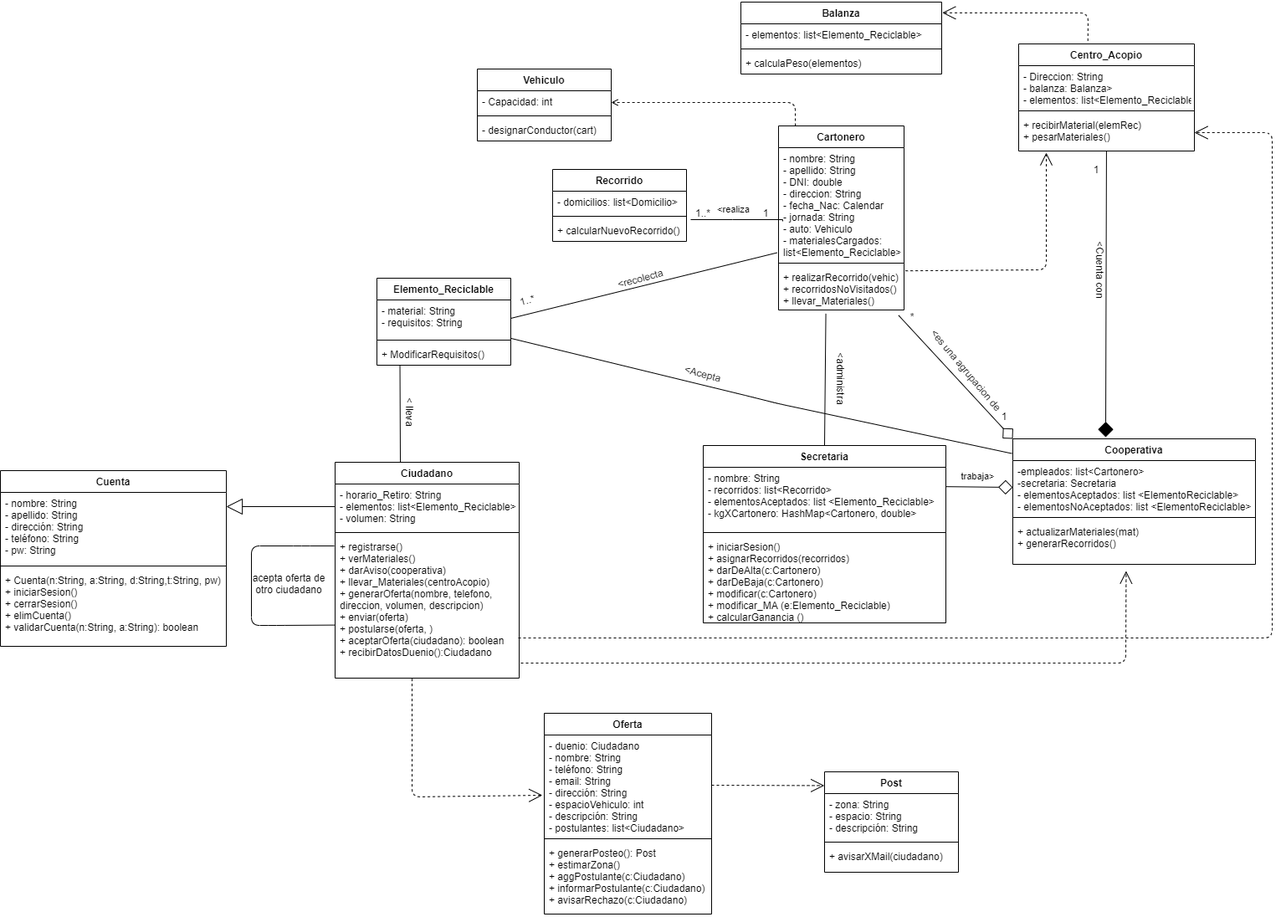
This is DiagramaDeClases.png from feliarroyo/TPE-Metodologias, a draw.io export, as it was before one commit. Source tidied: cells renumbered, new cells last; positions are measured from the earlier drawing's top-left corner, leaving out a move shared by most shapes.
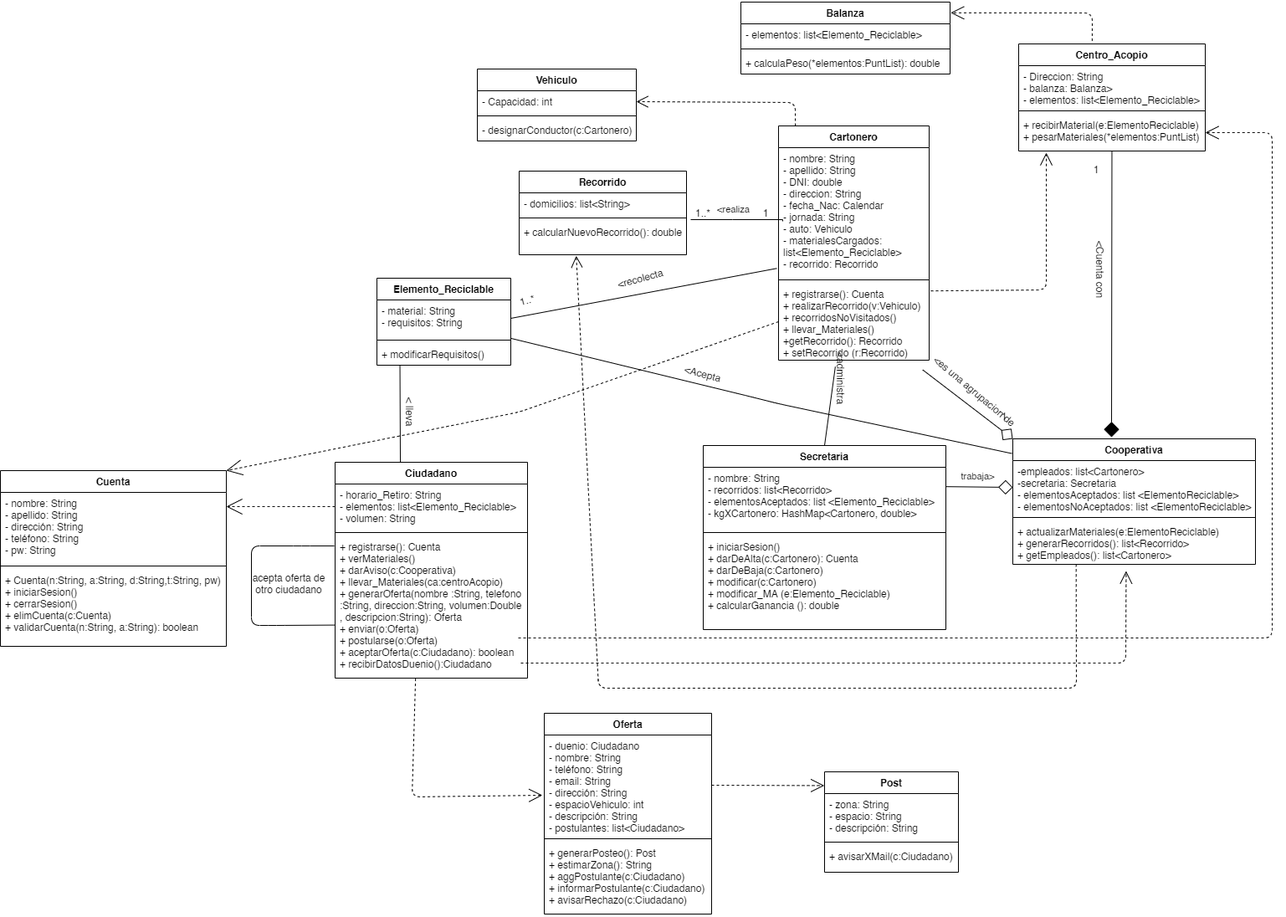
After the change.

What changed in the source:
```diff
@@ -12,6 +12,5 @@
     </mxCell>
-    <mxCell id="4" style="endArrow=open;html=1;entryX=1;entryY=0.5;entryDx=0;entryDy=0;endFill=0;dashed=1;" parent="1" edge="1">
+    <mxCell id="4" style="endArrow=open;html=1;entryX=1;entryY=0.5;entryDx=0;entryDy=0;endFill=0;dashed=1;startSize=10;endSize=12;" parent="1" edge="1" target="22">
       <mxGeometry relative="1" as="geometry">
         <mxPoint x="950" y="148" as="sourcePoint" />
-        <mxPoint x="730" y="120" as="targetPoint" />
         <Array as="points">
@@ -22,24 +21,24 @@
     <mxCell id="5" value="Recorrido" style="swimlane;fontStyle=1;align=center;verticalAlign=top;horizontal=1;startSize=26;" parent="1" vertex="1">
-      <mxGeometry x="660" y="200" width="160" height="86" as="geometry" />
+      <mxGeometry x="620" y="202" width="200" height="100" as="geometry" />
     </mxCell>
-    <mxCell id="6" value="- domicilios: list&lt;Domicilio&gt;" style="text;strokeColor=none;fillColor=none;align=left;verticalAlign=top;spacingLeft=4;spacingRight=4;overflow=hidden;" parent="5" vertex="1">
-      <mxGeometry y="26" width="160" height="26" as="geometry" />
+    <mxCell id="6" value="- domicilios: list&lt;String&gt;" style="text;strokeColor=none;fillColor=none;align=left;verticalAlign=top;spacingLeft=4;spacingRight=4;overflow=hidden;" parent="5" vertex="1">
+      <mxGeometry y="26" width="200" height="26" as="geometry" />
     </mxCell>
     <mxCell id="7" style="line;strokeWidth=1;fillColor=none;align=left;verticalAlign=middle;spacingTop=-1;spacingLeft=3;spacingRight=3;labelPosition=right;" parent="5" vertex="1">
-      <mxGeometry y="52" width="160" height="8" as="geometry" />
+      <mxGeometry y="52" width="200" height="8" as="geometry" />
     </mxCell>
-    <mxCell id="8" value="+ calcularNuevoRecorrido()" style="text;strokeColor=none;fillColor=none;align=left;verticalAlign=top;spacingLeft=4;spacingRight=4;overflow=hidden;points=[[0,0.5],[1,0.5]];portConstraint=eastwest;" parent="5" vertex="1">
-      <mxGeometry y="60" width="160" height="26" as="geometry" />
+    <mxCell id="8" value="+ calcularNuevoRecorrido(): double" style="text;strokeColor=none;fillColor=none;align=left;verticalAlign=top;spacingLeft=4;spacingRight=4;overflow=hidden;points=[[0,0.5],[1,0.5]];portConstraint=eastwest;" parent="5" vertex="1">
+      <mxGeometry y="60" width="200" height="40" as="geometry" />
     </mxCell>
     <mxCell id="9" value="Cartonero" style="swimlane;fontStyle=1;align=center;verticalAlign=top;horizontal=1;startSize=26;" parent="1" vertex="1">
-      <mxGeometry x="930" y="148" width="150" height="220" as="geometry" />
+      <mxGeometry x="930" y="148" width="180" height="280" as="geometry" />
     </mxCell>
-    <mxCell id="10" value="- nombre: String&#10;- apellido: String&#10;- DNI: double&#10;- direccion: String&#10;- fecha_Nac: Calendar&#10;- jornada: String&#10;- auto: Vehiculo&#10;- materialesCargados: &#10;list&lt;Elemento_Reciclable&gt;" style="text;strokeColor=none;fillColor=none;align=left;verticalAlign=top;spacingLeft=4;spacingRight=4;overflow=hidden;points=[[0,0.5],[1,0.5]];portConstraint=eastwest;" parent="9" vertex="1">
-      <mxGeometry y="26" width="150" height="134" as="geometry" />
+    <mxCell id="10" value="- nombre: String&#10;- apellido: String&#10;- DNI: double&#10;- direccion: String&#10;- fecha_Nac: Calendar&#10;- jornada: String&#10;- auto: Vehiculo&#10;- materialesCargados: &#10;list&lt;Elemento_Reciclable&gt;&#10;- recorrido: Recorrido" style="text;strokeColor=none;fillColor=none;align=left;verticalAlign=top;spacingLeft=4;spacingRight=4;overflow=hidden;points=[[0,0.5],[1,0.5]];portConstraint=eastwest;" parent="9" vertex="1">
+      <mxGeometry y="26" width="180" height="154" as="geometry" />
     </mxCell>
     <mxCell id="11" style="line;strokeWidth=1;fillColor=none;align=left;verticalAlign=middle;spacingTop=-1;spacingLeft=3;spacingRight=3;labelPosition=right;" parent="9" vertex="1">
-      <mxGeometry y="160" width="150" height="8" as="geometry" />
+      <mxGeometry y="180" width="180" height="8" as="geometry" />
     </mxCell>
-    <mxCell id="12" value="+ realizarRecorrido(vehic)&#10;+ recorridosNoVisitados()&#10;+ llevar_Materiales()" style="text;strokeColor=none;fillColor=none;align=left;verticalAlign=top;spacingLeft=4;spacingRight=4;overflow=hidden;points=[[0,0.5],[1,0.5]];portConstraint=eastwest;" parent="9" vertex="1">
-      <mxGeometry y="168" width="150" height="52" as="geometry" />
+    <mxCell id="12" value="+ registrarse(): Cuenta&#10;+ realizarRecorrido(v:Vehiculo)&#10;+ recorridosNoVisitados()&#10;+ llevar_Materiales()&#10;+getRecorrido(): Recorrido&#10;+ setRecorrido (r:Recorrido)" style="text;strokeColor=none;fillColor=none;align=left;verticalAlign=top;spacingLeft=4;spacingRight=4;overflow=hidden;points=[[0,0.5],[1,0.5]];portConstraint=eastwest;" parent="9" vertex="1">
+      <mxGeometry y="188" width="180" height="92" as="geometry" />
     </mxCell>
@@ -54,3 +53,3 @@
     </mxCell>
-    <mxCell id="16" value="+ ModificarRequisitos()" style="text;strokeColor=none;fillColor=none;align=left;verticalAlign=top;spacingLeft=4;spacingRight=4;overflow=hidden;points=[[0,0.5],[1,0.5]];portConstraint=eastwest;" parent="13" vertex="1">
+    <mxCell id="16" value="+ modificarRequisitos()" style="text;strokeColor=none;fillColor=none;align=left;verticalAlign=top;spacingLeft=4;spacingRight=4;overflow=hidden;points=[[0,0.5],[1,0.5]];portConstraint=eastwest;" parent="13" vertex="1">
       <mxGeometry y="78" width="160" height="26" as="geometry" />
@@ -58,24 +57,24 @@
     <mxCell id="17" value="Balanza" style="swimlane;fontStyle=1;align=center;verticalAlign=top;horizontal=1;startSize=26;" parent="1" vertex="1">
-      <mxGeometry x="885" width="240" height="86" as="geometry" />
+      <mxGeometry x="885" width="250" height="86" as="geometry" />
     </mxCell>
     <mxCell id="18" value="- elementos: list&lt;Elemento_Reciclable&gt;" style="text;strokeColor=none;fillColor=none;align=left;verticalAlign=top;spacingLeft=4;spacingRight=4;overflow=hidden;" parent="17" vertex="1">
-      <mxGeometry y="26" width="240" height="26" as="geometry" />
+      <mxGeometry y="26" width="250" height="26" as="geometry" />
     </mxCell>
     <mxCell id="19" style="line;strokeWidth=1;fillColor=none;align=left;verticalAlign=middle;spacingTop=-1;spacingLeft=3;spacingRight=3;labelPosition=right;" parent="17" vertex="1">
-      <mxGeometry y="52" width="240" height="8" as="geometry" />
+      <mxGeometry y="52" width="250" height="8" as="geometry" />
     </mxCell>
-    <mxCell id="20" value="+ calculaPeso(elementos)&#10;" style="text;strokeColor=none;fillColor=none;align=left;verticalAlign=top;spacingLeft=4;spacingRight=4;overflow=hidden;" parent="17" vertex="1">
-      <mxGeometry y="60" width="240" height="26" as="geometry" />
+    <mxCell id="20" value="+ calculaPeso(*elementos:PuntList): double&#10;" style="text;strokeColor=none;fillColor=none;align=left;verticalAlign=top;spacingLeft=4;spacingRight=4;overflow=hidden;" parent="17" vertex="1">
+      <mxGeometry y="60" width="250" height="26" as="geometry" />
     </mxCell>
     <mxCell id="21" value="Vehiculo" style="swimlane;fontStyle=1;align=center;verticalAlign=top;horizontal=1;startSize=26;" parent="1" vertex="1">
-      <mxGeometry x="570" y="80" width="160" height="86" as="geometry" />
+      <mxGeometry x="570" y="80" width="190" height="86" as="geometry" />
     </mxCell>
     <mxCell id="22" value="- Capacidad: int" style="text;strokeColor=none;fillColor=none;align=left;verticalAlign=top;spacingLeft=4;spacingRight=4;overflow=hidden;points=[[0,0.5],[1,0.5]];portConstraint=eastwest;" parent="21" vertex="1">
-      <mxGeometry y="26" width="160" height="26" as="geometry" />
+      <mxGeometry y="26" width="190" height="26" as="geometry" />
     </mxCell>
     <mxCell id="23" style="line;strokeWidth=1;fillColor=none;align=left;verticalAlign=middle;spacingTop=-1;spacingLeft=3;spacingRight=3;labelPosition=right;" parent="21" vertex="1">
-      <mxGeometry y="52" width="160" height="8" as="geometry" />
+      <mxGeometry y="52" width="190" height="8" as="geometry" />
     </mxCell>
-    <mxCell id="24" value="- designarConductor(cart)" style="text;strokeColor=none;fillColor=none;align=left;verticalAlign=top;spacingLeft=4;spacingRight=4;overflow=hidden;" parent="21" vertex="1">
-      <mxGeometry y="60" width="160" height="26" as="geometry" />
+    <mxCell id="24" value="- designarConductor(c:Cartonero)" style="text;strokeColor=none;fillColor=none;align=left;verticalAlign=top;spacingLeft=4;spacingRight=4;overflow=hidden;" parent="21" vertex="1">
+      <mxGeometry y="60" width="190" height="26" as="geometry" />
     </mxCell>
@@ -90,3 +89,3 @@
     </mxCell>
-    <mxCell id="28" value="+ generarPosteo(): Post&#10;+ estimarZona()&#10;+ aggPostulante(c:Ciudadano)&#10;+ informarPostulante(c:Ciudadano)&#10;+ avisarRechazo(c:Ciudadano)" style="text;strokeColor=none;fillColor=none;align=left;verticalAlign=top;spacingLeft=4;spacingRight=4;overflow=hidden;" parent="25" vertex="1">
+    <mxCell id="28" value="+ generarPosteo(): Post&#10;+ estimarZona(): String&#10;+ aggPostulante(c:Ciudadano)&#10;+ informarPostulante(c:Ciudadano)&#10;+ avisarRechazo(c:Ciudadano)" style="text;strokeColor=none;fillColor=none;align=left;verticalAlign=top;spacingLeft=4;spacingRight=4;overflow=hidden;" parent="25" vertex="1">
       <mxGeometry y="154" width="200" height="86" as="geometry" />
@@ -94,12 +93,12 @@
     <mxCell id="29" value="Centro_Acopio" style="swimlane;fontStyle=1;align=center;verticalAlign=top;horizontal=1;startSize=26;" parent="1" vertex="1">
-      <mxGeometry x="1217" y="50" width="210" height="128" as="geometry" />
+      <mxGeometry x="1217" y="50" width="223" height="128" as="geometry" />
     </mxCell>
     <mxCell id="30" value="- Direccion: String&#10;- balanza: Balanza&gt;&#10;- elementos: list&lt;Elemento_Reciclable&gt;" style="text;strokeColor=none;fillColor=none;align=left;verticalAlign=top;spacingLeft=4;spacingRight=4;overflow=hidden;" parent="29" vertex="1">
-      <mxGeometry y="26" width="210" height="50" as="geometry" />
+      <mxGeometry y="26" width="223" height="50" as="geometry" />
     </mxCell>
     <mxCell id="31" style="line;strokeWidth=1;fillColor=none;align=left;verticalAlign=middle;spacingTop=-1;spacingLeft=3;spacingRight=3;labelPosition=right;" parent="29" vertex="1">
-      <mxGeometry y="76" width="210" height="8" as="geometry" />
+      <mxGeometry y="76" width="223" height="8" as="geometry" />
     </mxCell>
-    <mxCell id="32" value="+ recibirMaterial(elemRec)&#10;+ pesarMateriales()" style="text;strokeColor=none;fillColor=none;align=left;verticalAlign=top;spacingLeft=4;spacingRight=4;overflow=hidden;points=[[0,0.5],[1,0.5]];portConstraint=eastwest;" parent="29" vertex="1">
-      <mxGeometry y="84" width="210" height="44" as="geometry" />
+    <mxCell id="32" value="+ recibirMaterial(e:ElementoReciclable)&#10;+ pesarMateriales(*elementos:PuntList)" style="text;strokeColor=none;fillColor=none;align=left;verticalAlign=top;spacingLeft=4;spacingRight=4;overflow=hidden;points=[[0,0.5],[1,0.5]];portConstraint=eastwest;" parent="29" vertex="1">
+      <mxGeometry y="84" width="223" height="44" as="geometry" />
     </mxCell>
@@ -114,3 +113,3 @@
     </mxCell>
-    <mxCell id="36" value="+ actualizarMateriales(mat)&#10;+ generarRecorridos()" style="text;strokeColor=none;fillColor=none;align=left;verticalAlign=top;spacingLeft=4;spacingRight=4;overflow=hidden;points=[[0,0.5],[1,0.5]];portConstraint=eastwest;" parent="33" vertex="1">
+    <mxCell id="36" value="+ actualizarMateriales(e:ElementoReciclable)&#10;+ generarRecorridos(): list&lt;Recorrido&gt;&#10;+ getEmpleados(): list&lt;Cartonero&gt;" style="text;strokeColor=none;fillColor=none;align=left;verticalAlign=top;spacingLeft=4;spacingRight=4;overflow=hidden;points=[[0,0.5],[1,0.5]];portConstraint=eastwest;" parent="33" vertex="1">
       <mxGeometry y="98" width="290" height="52" as="geometry" />
@@ -118,3 +117,3 @@
     <mxCell id="37" value="Secretaria" style="swimlane;fontStyle=1;align=center;verticalAlign=top;horizontal=1;startSize=26;" parent="1" vertex="1">
-      <mxGeometry x="840" y="530" width="290" height="212" as="geometry" />
+      <mxGeometry x="840" y="530" width="290" height="220" as="geometry" />
     </mxCell>
@@ -126,16 +125,16 @@
     </mxCell>
-    <mxCell id="40" value="+ iniciarSesion()&#10;+ asignarRecorridos(recorridos)&#10;+ darDeAlta(c:Cartonero)&#10;+ darDeBaja(c:Cartonero)&#10;+ modificar(c:Cartonero)&#10;+ modificar_MA (e:Elemento_Reciclable)&#10;+ calcularGanancia ()" style="text;strokeColor=none;fillColor=none;align=left;verticalAlign=top;spacingLeft=4;spacingRight=4;overflow=hidden;" parent="37" vertex="1">
-      <mxGeometry y="108" width="290" height="104" as="geometry" />
+    <mxCell id="40" value="+ iniciarSesion()&#10;+ darDeAlta(c:Cartonero): Cuenta&#10;+ darDeBaja(c:Cartonero)&#10;+ modificar(c:Cartonero)&#10;+ modificar_MA (e:Elemento_Reciclable)&#10;+ calcularGanancia (): double" style="text;strokeColor=none;fillColor=none;align=left;verticalAlign=top;spacingLeft=4;spacingRight=4;overflow=hidden;" parent="37" vertex="1">
+      <mxGeometry y="108" width="290" height="112" as="geometry" />
     </mxCell>
     <mxCell id="41" value="Ciudadano" style="swimlane;fontStyle=1;align=center;verticalAlign=top;horizontal=1;startSize=26;" parent="1" vertex="1">
-      <mxGeometry x="400" y="550" width="220" height="258" as="geometry" />
+      <mxGeometry x="400" y="550" width="230" height="258" as="geometry" />
     </mxCell>
     <mxCell id="42" value="- horario_Retiro: String&#10;- elementos: list&lt;Elemento_Reciclable&gt;&#10;- volumen: String" style="text;strokeColor=none;fillColor=none;align=left;verticalAlign=top;spacingLeft=4;spacingRight=4;overflow=hidden;points=[[0,0.5],[1,0.5]];portConstraint=eastwest;" parent="41" vertex="1">
-      <mxGeometry y="26" width="220" height="54" as="geometry" />
+      <mxGeometry y="26" width="230" height="54" as="geometry" />
     </mxCell>
     <mxCell id="43" style="line;strokeWidth=1;fillColor=none;align=left;verticalAlign=middle;spacingTop=-1;spacingLeft=3;spacingRight=3;labelPosition=right;" parent="41" vertex="1">
-      <mxGeometry y="80" width="220" height="8" as="geometry" />
+      <mxGeometry y="80" width="230" height="8" as="geometry" />
     </mxCell>
-    <mxCell id="44" value="+ registrarse()&#10;+ verMateriales()&#10;+ darAviso(cooperativa)&#10;+ llevar_Materiales(centroAcopio)&#10;+ generarOferta(nombre, telefono,&#10;direccion, volumen, descripcion)&#10;+ enviar(oferta)&#10;+ postularse(oferta, )&#10;+ aceptarOferta(ciudadano): boolean&#10;+ recibirDatosDuenio():Ciudadano" style="text;strokeColor=none;fillColor=none;align=left;verticalAlign=top;spacingLeft=4;spacingRight=4;overflow=hidden;points=[[0,0.5],[1,0.5]];portConstraint=eastwest;" parent="41" vertex="1">
-      <mxGeometry y="88" width="220" height="170" as="geometry" />
+    <mxCell id="44" value="+ registrarse(): Cuenta&#10;+ verMateriales()&#10;+ darAviso(c:Cooperativa)&#10;+ llevar_Materiales(ca:centroAcopio)&#10;+ generarOferta(nombre :String, telefono&#10;:String, direccion:String, volumen:Double&#10;, descripcion:String): Oferta&#10;+ enviar(o:Oferta)&#10;+ postularse(o:Oferta)&#10;+ aceptarOferta(c:Ciudadano): boolean&#10;+ recibirDatosDuenio():Ciudadano" style="text;strokeColor=none;fillColor=none;align=left;verticalAlign=top;spacingLeft=4;spacingRight=4;overflow=hidden;points=[[0,0.5],[1,0.5]];portConstraint=eastwest;" parent="41" vertex="1">
+      <mxGeometry y="88" width="230" height="170" as="geometry" />
     </mxCell>
@@ -176,3 +175,3 @@
     </mxCell>
-    <mxCell id="51" value="+ avisarXMail(ciudadano)" style="text;strokeColor=none;fillColor=none;align=left;verticalAlign=top;spacingLeft=4;spacingRight=4;overflow=hidden;" parent="48" vertex="1">
+    <mxCell id="51" value="+ avisarXMail(c:Ciudadano)" style="text;strokeColor=none;fillColor=none;align=left;verticalAlign=top;spacingLeft=4;spacingRight=4;overflow=hidden;" parent="48" vertex="1">
       <mxGeometry y="88" width="160" height="32" as="geometry" />
@@ -188,8 +187,5 @@
     </mxCell>
-    <mxCell id="55" value="&amp;lt;es una agrupacion de" style="text;html=1;strokeColor=none;fillColor=none;align=center;verticalAlign=middle;whiteSpace=wrap;rounded=0;rotation=50;" parent="1" vertex="1">
-      <mxGeometry x="1080" y="420" width="150" height="40" as="geometry" />
+    <mxCell id="55" value="&amp;lt;es una agrupacion de" style="text;html=1;strokeColor=none;fillColor=none;align=center;verticalAlign=middle;whiteSpace=wrap;rounded=0;rotation=40;" parent="1" vertex="1">
+      <mxGeometry x="1090" y="445" width="150" height="40" as="geometry" />
     </mxCell>
-    <mxCell id="56" value="*" style="text;html=1;strokeColor=none;fillColor=none;align=center;verticalAlign=middle;whiteSpace=wrap;rounded=0;" parent="1" vertex="1">
-      <mxGeometry x="1070" y="366" width="40" height="20" as="geometry" />
-    </mxCell>
     <mxCell id="57" value="1" style="text;html=1;strokeColor=none;fillColor=none;align=center;verticalAlign=middle;whiteSpace=wrap;rounded=0;" parent="1" vertex="1">
@@ -199,3 +195,3 @@
       <mxGeometry relative="1" as="geometry">
-        <mxPoint x="1321" y="520" as="sourcePoint" />
+        <mxPoint x="1328" y="520" as="sourcePoint" />
       </mxGeometry>
@@ -237,3 +233,3 @@
         <Array as="points">
-          <mxPoint x="1300" y="13" />
+          <mxPoint x="1305" y="13" />
         </Array>
@@ -262,3 +258,3 @@
         <Array as="points">
-          <mxPoint x="1250" y="320" />
+          <mxPoint x="1250" y="344" />
         </Array>
@@ -297,6 +293,6 @@
     </mxCell>
-    <mxCell id="80" value="+ Cuenta(n:String, a:String, d:String,t:String, pw)&#10;+ iniciarSesion()&#10;+ cerrarSesion()&#10;+ elimCuenta()&#10;+ validarCuenta(n:String, a:String): boolean" style="text;strokeColor=none;fillColor=none;align=left;verticalAlign=top;spacingLeft=4;spacingRight=4;overflow=hidden;" parent="77" vertex="1">
+    <mxCell id="80" value="+ Cuenta(n:String, a:String, d:String,t:String, pw)&#10;+ iniciarSesion()&#10;+ cerrarSesion()&#10;+ elimCuenta(c:Cuenta)&#10;+ validarCuenta(n:String, a:String): boolean" style="text;strokeColor=none;fillColor=none;align=left;verticalAlign=top;spacingLeft=4;spacingRight=4;overflow=hidden;" parent="77" vertex="1">
       <mxGeometry y="118" width="270" height="92" as="geometry" />
     </mxCell>
-    <mxCell id="81" style="endArrow=block;html=1;endFill=0;startSize=11;endSize=17;exitX=0;exitY=0.5;exitDx=0;exitDy=0;" parent="1" edge="1" source="42">
+    <mxCell id="81" style="endArrow=open;html=1;endFill=0;startSize=11;endSize=17;exitX=0;exitY=0.5;exitDx=0;exitDy=0;dashed=1;" parent="1" edge="1" source="42">
       <mxGeometry relative="1" as="geometry">
@@ -305,2 +301,17 @@
     </mxCell>
+    <mxCell id="82" style="endArrow=none;dashed=1;html=1;entryX=0.261;entryY=1.008;entryDx=0;entryDy=0;entryPerimeter=0;exitX=0.341;exitY=1.03;exitDx=0;exitDy=0;exitPerimeter=0;endFill=0;startArrow=open;startFill=0;endSize=10;startSize=12;" parent="1" edge="1" source="8" target="36">
+      <mxGeometry relative="1" as="geometry">
+        <Array as="points">
+          <mxPoint x="715" y="820" />
+          <mxPoint x="1286" y="820" />
+        </Array>
+      </mxGeometry>
+    </mxCell>
+    <mxCell id="83" style="endArrow=open;html=1;endFill=0;startSize=11;endSize=17;dashed=1;entryX=1;entryY=0;entryDx=0;entryDy=0;exitX=0;exitY=0.5;exitDx=0;exitDy=0;" parent="1" edge="1" source="12" target="77">
+      <mxGeometry relative="1" as="geometry">
+        <Array as="points">
+          <mxPoint x="620" y="490" />
+        </Array>
+      </mxGeometry>
+    </mxCell>
   </root>
```
